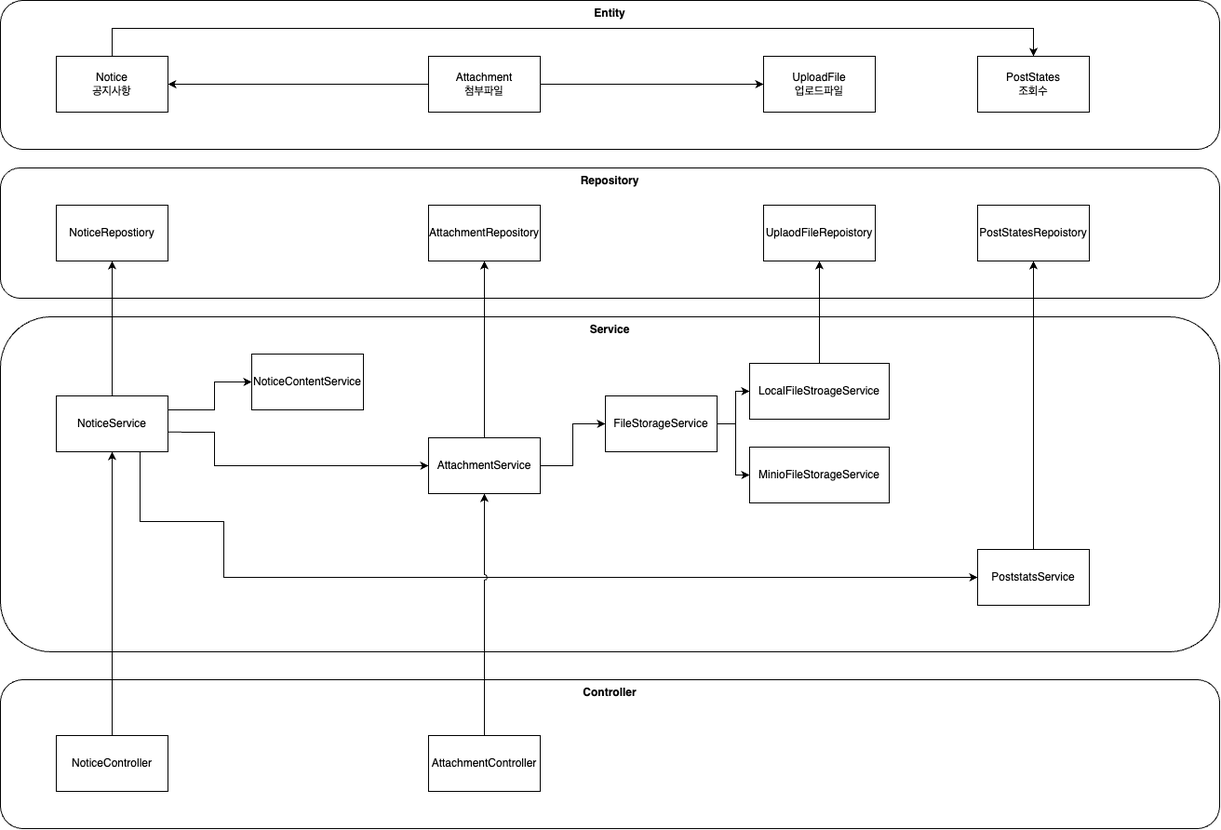
Before: docs/dependency.png, a diagram exported from draw.io (chaeyun17/notiboard). Source tidied: cells renumbered, new cells last; positions are measured from the earlier drawing's top-left corner, leaving out a move shared by most shapes. Source of this version:
```xml
<mxGraphModel>
  <root>
    <mxCell id="0" />
    <mxCell id="1" parent="0" />
    <mxCell id="2" value="Service" style="rounded=1;whiteSpace=wrap;html=1;fillColor=none;verticalAlign=top;fontStyle=1;" parent="1" vertex="1">
      <mxGeometry y="340" width="1310" height="360" as="geometry" />
    </mxCell>
    <mxCell id="3" value="Repository" style="rounded=1;whiteSpace=wrap;html=1;fillColor=none;verticalAlign=top;fontStyle=1;" parent="1" vertex="1">
      <mxGeometry y="180" width="1310" height="140" as="geometry" />
    </mxCell>
    <mxCell id="4" value="Entity" style="rounded=1;whiteSpace=wrap;html=1;fillColor=none;verticalAlign=top;fontStyle=1;" parent="1" vertex="1">
      <mxGeometry width="1310" height="160" as="geometry" />
    </mxCell>
    <mxCell id="5" value="Notice &lt;br&gt;공지사항" style="rounded=0;whiteSpace=wrap;html=1;" parent="1" vertex="1">
      <mxGeometry x="60" y="60" width="120" height="60" as="geometry" />
    </mxCell>
    <mxCell id="6" value="Attachment&lt;br&gt;첨부파일" style="rounded=0;whiteSpace=wrap;html=1;" parent="1" vertex="1">
      <mxGeometry x="460" y="60" width="120" height="60" as="geometry" />
    </mxCell>
    <mxCell id="7" value="UploadFile&lt;br&gt;업로드파일" style="rounded=0;whiteSpace=wrap;html=1;" parent="1" vertex="1">
      <mxGeometry x="820" y="60" width="120" height="60" as="geometry" />
    </mxCell>
    <mxCell id="8" value="PostStates&lt;br&gt;조회수" style="rounded=0;whiteSpace=wrap;html=1;" parent="1" vertex="1">
      <mxGeometry x="1050" y="60" width="120" height="60" as="geometry" />
    </mxCell>
    <mxCell id="9" value="NoticeContentService" style="rounded=0;whiteSpace=wrap;html=1;" parent="1" vertex="1">
      <mxGeometry x="270" y="380" width="120" height="60" as="geometry" />
    </mxCell>
    <mxCell id="10" style="edgeStyle=orthogonalEdgeStyle;rounded=0;jettySize=auto;html=1;" parent="1" edge="1" source="11" target="13">
      <mxGeometry relative="1" as="geometry" />
    </mxCell>
    <mxCell id="11" value="AttachmentService" style="rounded=0;whiteSpace=wrap;html=1;" parent="1" vertex="1">
      <mxGeometry x="460" y="470" width="120" height="60" as="geometry" />
    </mxCell>
    <mxCell id="12" style="edgeStyle=orthogonalEdgeStyle;rounded=0;jettySize=auto;html=1;entryX=0;entryY=0.5;entryDx=0;entryDy=0;" parent="1" edge="1" source="13" target="14">
      <mxGeometry relative="1" as="geometry" />
    </mxCell>
    <mxCell id="13" value="FileStorageService" style="rounded=0;whiteSpace=wrap;html=1;" parent="1" vertex="1">
      <mxGeometry x="650" y="425" width="120" height="60" as="geometry" />
    </mxCell>
    <mxCell id="14" value="LocalFileStroageService" style="rounded=0;whiteSpace=wrap;html=1;" parent="1" vertex="1">
      <mxGeometry x="805" y="390" width="150" height="60" as="geometry" />
    </mxCell>
    <mxCell id="15" value="MinioFileStorageService" style="rounded=0;whiteSpace=wrap;html=1;" parent="1" vertex="1">
      <mxGeometry x="805" y="480" width="150" height="60" as="geometry" />
    </mxCell>
    <mxCell id="16" value="PoststatsService" style="rounded=0;whiteSpace=wrap;html=1;" parent="1" vertex="1">
      <mxGeometry x="1050" y="590" width="120" height="60" as="geometry" />
    </mxCell>
    <mxCell id="17" value="NoticeRepostiory" style="rounded=0;whiteSpace=wrap;html=1;" parent="1" vertex="1">
      <mxGeometry x="60" y="220" width="120" height="60" as="geometry" />
    </mxCell>
    <mxCell id="18" value="AttachmentRepository" style="rounded=0;whiteSpace=wrap;html=1;" parent="1" vertex="1">
      <mxGeometry x="460" y="220" width="120" height="60" as="geometry" />
    </mxCell>
    <mxCell id="19" value="UplaodFileRepoistory" style="rounded=0;whiteSpace=wrap;html=1;" parent="1" vertex="1">
      <mxGeometry x="820" y="220" width="120" height="60" as="geometry" />
    </mxCell>
    <mxCell id="20" value="Controller" style="rounded=1;whiteSpace=wrap;html=1;fillColor=none;verticalAlign=top;fontStyle=1;" parent="1" vertex="1">
      <mxGeometry y="730" width="1310" height="160" as="geometry" />
    </mxCell>
    <mxCell id="21" value="NoticeController" style="rounded=0;whiteSpace=wrap;html=1;" parent="1" vertex="1">
      <mxGeometry x="60" y="790" width="120" height="60" as="geometry" />
    </mxCell>
    <mxCell id="22" value="AttachmentController" style="rounded=0;whiteSpace=wrap;html=1;" parent="1" vertex="1">
      <mxGeometry x="460" y="790" width="120" height="60" as="geometry" />
    </mxCell>
    <mxCell id="23" style="endArrow=classic;html=1;rounded=0;exitX=0.5;exitY=0;exitDx=0;exitDy=0;entryX=0.5;entryY=1;entryDx=0;entryDy=0;" parent="1" edge="1" source="25" target="17">
      <mxGeometry relative="1" as="geometry" />
    </mxCell>
    <mxCell id="24" style="endArrow=classic;html=1;rounded=0;exitX=0.992;exitY=0.647;exitDx=0;exitDy=0;entryX=0;entryY=0.5;entryDx=0;entryDy=0;exitPerimeter=0;" parent="1" edge="1" source="25" target="11">
      <mxGeometry relative="1" as="geometry">
        <Array as="points">
          <mxPoint x="230" y="464" />
          <mxPoint x="230" y="500" />
        </Array>
      </mxGeometry>
    </mxCell>
    <mxCell id="25" value="NoticeService" style="rounded=0;whiteSpace=wrap;html=1;" parent="1" vertex="1">
      <mxGeometry x="60" y="425" width="120" height="60" as="geometry" />
    </mxCell>
    <mxCell id="26" style="endArrow=classic;html=1;rounded=0;entryX=0;entryY=0.5;entryDx=0;entryDy=0;exitX=1;exitY=0.25;exitDx=0;exitDy=0;" parent="1" edge="1" source="25" target="9">
      <mxGeometry relative="1" as="geometry">
        <Array as="points">
          <mxPoint x="230" y="440" />
          <mxPoint x="230" y="410" />
        </Array>
      </mxGeometry>
    </mxCell>
    <mxCell id="27" style="endArrow=classic;html=1;rounded=0;exitX=0.5;exitY=0;exitDx=0;exitDy=0;entryX=0.5;entryY=1;entryDx=0;entryDy=0;" parent="1" edge="1" source="21" target="25">
      <mxGeometry relative="1" as="geometry" />
    </mxCell>
    <mxCell id="28" style="endArrow=classic;html=1;rounded=0;exitX=0.75;exitY=1;exitDx=0;exitDy=0;entryX=0;entryY=0.5;entryDx=0;entryDy=0;" parent="1" edge="1" source="25" target="16">
      <mxGeometry relative="1" as="geometry">
        <Array as="points">
          <mxPoint x="150" y="560" />
          <mxPoint x="240" y="560" />
          <mxPoint x="240" y="620" />
        </Array>
      </mxGeometry>
    </mxCell>
    <mxCell id="29" style="endArrow=classic;html=1;rounded=0;exitX=0.5;exitY=0;exitDx=0;exitDy=0;entryX=0.5;entryY=1;entryDx=0;entryDy=0;jumpStyle=arc;" parent="1" edge="1" source="22" target="11">
      <mxGeometry relative="1" as="geometry" />
    </mxCell>
    <mxCell id="30" style="edgeStyle=orthogonalEdgeStyle;rounded=0;jettySize=auto;html=1;entryX=0;entryY=0.5;entryDx=0;entryDy=0;exitX=1;exitY=0.5;exitDx=0;exitDy=0;" parent="1" edge="1" source="13" target="15">
      <mxGeometry relative="1" as="geometry">
        <Array as="points">
          <mxPoint x="790" y="455" />
          <mxPoint x="790" y="510" />
        </Array>
      </mxGeometry>
    </mxCell>
    <mxCell id="31" style="endArrow=classic;html=1;rounded=0;exitX=0.5;exitY=0;exitDx=0;exitDy=0;entryX=0.5;entryY=1;entryDx=0;entryDy=0;" parent="1" edge="1" source="11" target="18">
      <mxGeometry relative="1" as="geometry" />
    </mxCell>
    <mxCell id="32" style="endArrow=classic;html=1;rounded=0;exitX=0.5;exitY=0;exitDx=0;exitDy=0;entryX=0.5;entryY=1;entryDx=0;entryDy=0;" parent="1" edge="1" source="14" target="19">
      <mxGeometry relative="1" as="geometry" />
    </mxCell>
    <mxCell id="33" value="PostStatesRepoistory" style="rounded=0;whiteSpace=wrap;html=1;" parent="1" vertex="1">
      <mxGeometry x="1050" y="220" width="120" height="60" as="geometry" />
    </mxCell>
    <mxCell id="34" style="endArrow=classic;html=1;rounded=0;exitX=0.5;exitY=0;exitDx=0;exitDy=0;entryX=0.5;entryY=1;entryDx=0;entryDy=0;" parent="1" edge="1" source="16" target="33">
      <mxGeometry relative="1" as="geometry" />
    </mxCell>
    <mxCell id="35" style="endArrow=classic;html=1;rounded=0;exitX=0;exitY=0.5;exitDx=0;exitDy=0;entryX=1;entryY=0.5;entryDx=0;entryDy=0;" parent="1" edge="1" source="6" target="5">
      <mxGeometry relative="1" as="geometry" />
    </mxCell>
    <mxCell id="36" style="endArrow=classic;html=1;rounded=0;exitX=1;exitY=0.5;exitDx=0;exitDy=0;entryX=0;entryY=0.5;entryDx=0;entryDy=0;" parent="1" edge="1" source="6" target="7">
      <mxGeometry relative="1" as="geometry" />
    </mxCell>
    <mxCell id="37" style="endArrow=classic;html=1;rounded=0;exitX=0.5;exitY=0;exitDx=0;exitDy=0;entryX=0.5;entryY=0;entryDx=0;entryDy=0;" parent="1" edge="1" source="5" target="8">
      <mxGeometry relative="1" as="geometry">
        <Array as="points">
          <mxPoint x="120" y="30" />
          <mxPoint x="1110" y="30" />
        </Array>
      </mxGeometry>
    </mxCell>
  </root>
</mxGraphModel>
```
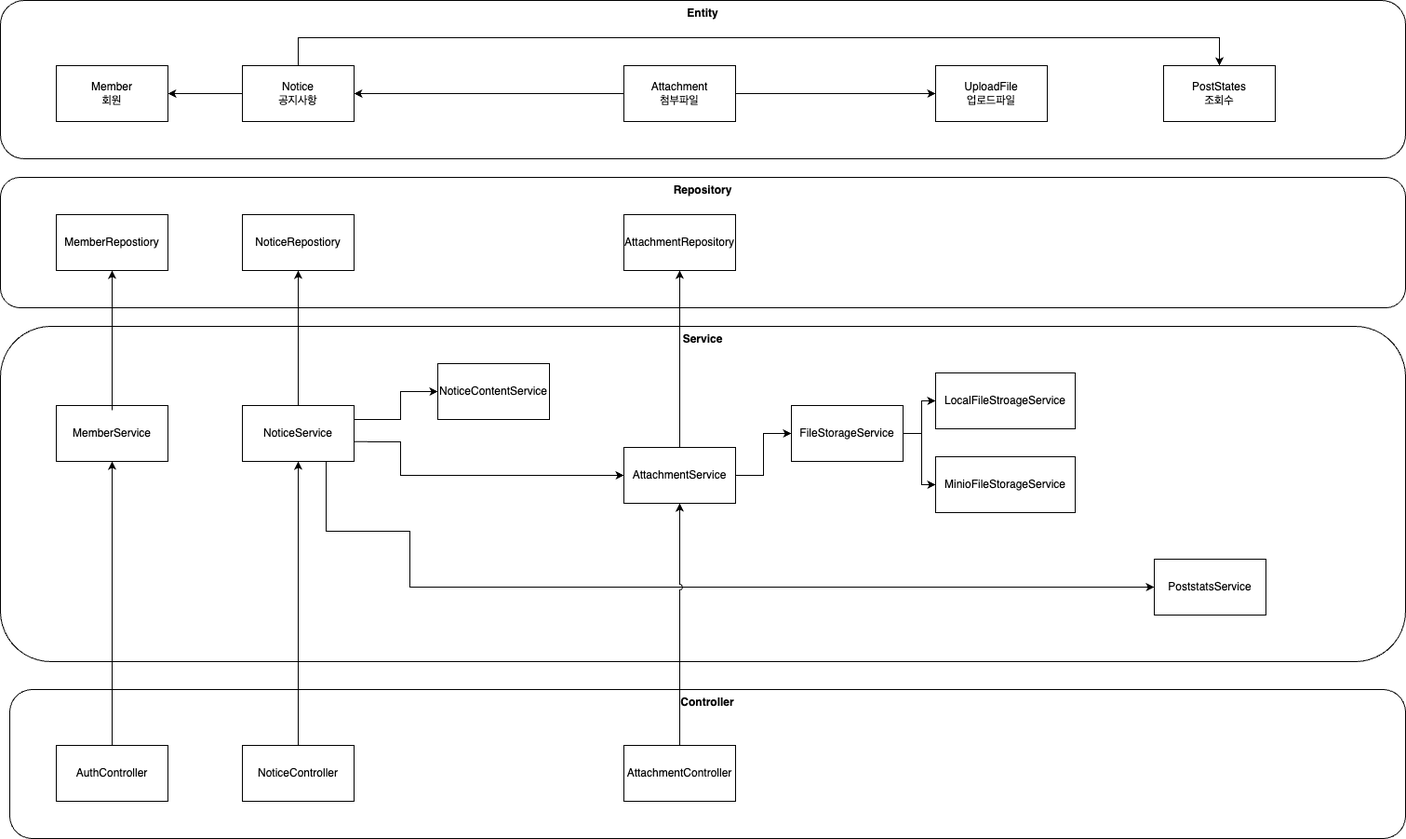
After the change.

The edit, as a diff of the source:
```diff
@@ -3,22 +3,22 @@
     <mxCell id="0" />
     <mxCell id="1" parent="0" />
     <mxCell id="2" value="Service" style="rounded=1;whiteSpace=wrap;html=1;fillColor=none;verticalAlign=top;fontStyle=1;" parent="1" vertex="1">
-      <mxGeometry y="340" width="1310" height="360" as="geometry" />
+      <mxGeometry x="-200" y="340" width="1510" height="360" as="geometry" />
     </mxCell>
     <mxCell id="3" value="Repository" style="rounded=1;whiteSpace=wrap;html=1;fillColor=none;verticalAlign=top;fontStyle=1;" parent="1" vertex="1">
-      <mxGeometry y="180" width="1310" height="140" as="geometry" />
+      <mxGeometry x="-200" y="180" width="1510" height="140" as="geometry" />
     </mxCell>
     <mxCell id="4" value="Entity" style="rounded=1;whiteSpace=wrap;html=1;fillColor=none;verticalAlign=top;fontStyle=1;" parent="1" vertex="1">
-      <mxGeometry width="1310" height="160" as="geometry" />
+      <mxGeometry x="-200" y="-10" width="1510" height="170" as="geometry" />
     </mxCell>
     <mxCell id="5" value="Notice &lt;br&gt;공지사항" style="rounded=0;whiteSpace=wrap;html=1;" parent="1" vertex="1">
       <mxGeometry x="60" y="60" width="120" height="60" as="geometry" />
     </mxCell>
     <mxCell id="6" value="Attachment&lt;br&gt;첨부파일" style="rounded=0;whiteSpace=wrap;html=1;" parent="1" vertex="1">
-      <mxGeometry x="460" y="60" width="120" height="60" as="geometry" />
+      <mxGeometry x="470" y="60" width="120" height="60" as="geometry" />
     </mxCell>
     <mxCell id="7" value="UploadFile&lt;br&gt;업로드파일" style="rounded=0;whiteSpace=wrap;html=1;" parent="1" vertex="1">
-      <mxGeometry x="820" y="60" width="120" height="60" as="geometry" />
+      <mxGeometry x="805" y="60" width="120" height="60" as="geometry" />
     </mxCell>
     <mxCell id="8" value="PostStates&lt;br&gt;조회수" style="rounded=0;whiteSpace=wrap;html=1;" parent="1" vertex="1">
       <mxGeometry x="1050" y="60" width="120" height="60" as="geometry" />
@@ -30,7 +30,7 @@
       <mxGeometry relative="1" as="geometry" />
     </mxCell>
     <mxCell id="11" value="AttachmentService" style="rounded=0;whiteSpace=wrap;html=1;" parent="1" vertex="1">
-      <mxGeometry x="460" y="470" width="120" height="60" as="geometry" />
+      <mxGeometry x="470" y="470" width="120" height="60" as="geometry" />
     </mxCell>
     <mxCell id="12" style="edgeStyle=orthogonalEdgeStyle;rounded=0;jettySize=auto;html=1;entryX=0;entryY=0.5;entryDx=0;entryDy=0;" parent="1" edge="1" source="13" target="14">
       <mxGeometry relative="1" as="geometry" />
@@ -45,25 +45,22 @@
       <mxGeometry x="805" y="480" width="150" height="60" as="geometry" />
     </mxCell>
     <mxCell id="16" value="PoststatsService" style="rounded=0;whiteSpace=wrap;html=1;" parent="1" vertex="1">
-      <mxGeometry x="1050" y="590" width="120" height="60" as="geometry" />
+      <mxGeometry x="1040" y="590" width="120" height="60" as="geometry" />
     </mxCell>
     <mxCell id="17" value="NoticeRepostiory" style="rounded=0;whiteSpace=wrap;html=1;" parent="1" vertex="1">
       <mxGeometry x="60" y="220" width="120" height="60" as="geometry" />
     </mxCell>
     <mxCell id="18" value="AttachmentRepository" style="rounded=0;whiteSpace=wrap;html=1;" parent="1" vertex="1">
-      <mxGeometry x="460" y="220" width="120" height="60" as="geometry" />
+      <mxGeometry x="470" y="220" width="120" height="60" as="geometry" />
     </mxCell>
-    <mxCell id="19" value="UplaodFileRepoistory" style="rounded=0;whiteSpace=wrap;html=1;" parent="1" vertex="1">
-      <mxGeometry x="820" y="220" width="120" height="60" as="geometry" />
-    </mxCell>
     <mxCell id="20" value="Controller" style="rounded=1;whiteSpace=wrap;html=1;fillColor=none;verticalAlign=top;fontStyle=1;" parent="1" vertex="1">
-      <mxGeometry y="730" width="1310" height="160" as="geometry" />
+      <mxGeometry x="-190" y="730" width="1500" height="160" as="geometry" />
     </mxCell>
     <mxCell id="21" value="NoticeController" style="rounded=0;whiteSpace=wrap;html=1;" parent="1" vertex="1">
       <mxGeometry x="60" y="790" width="120" height="60" as="geometry" />
     </mxCell>
     <mxCell id="22" value="AttachmentController" style="rounded=0;whiteSpace=wrap;html=1;" parent="1" vertex="1">
-      <mxGeometry x="460" y="790" width="120" height="60" as="geometry" />
+      <mxGeometry x="470" y="790" width="120" height="60" as="geometry" />
     </mxCell>
     <mxCell id="23" style="endArrow=classic;html=1;rounded=0;exitX=0.5;exitY=0;exitDx=0;exitDy=0;entryX=0.5;entryY=1;entryDx=0;entryDy=0;" parent="1" edge="1" source="25" target="17">
       <mxGeometry relative="1" as="geometry" />
@@ -113,22 +110,36 @@
     <mxCell id="31" style="endArrow=classic;html=1;rounded=0;exitX=0.5;exitY=0;exitDx=0;exitDy=0;entryX=0.5;entryY=1;entryDx=0;entryDy=0;" parent="1" edge="1" source="11" target="18">
       <mxGeometry relative="1" as="geometry" />
     </mxCell>
-    <mxCell id="32" style="endArrow=classic;html=1;rounded=0;exitX=0.5;exitY=0;exitDx=0;exitDy=0;entryX=0.5;entryY=1;entryDx=0;entryDy=0;" parent="1" edge="1" source="14" target="19">
-      <mxGeometry relative="1" as="geometry" />
-    </mxCell>
-    <mxCell id="33" value="PostStatesRepoistory" style="rounded=0;whiteSpace=wrap;html=1;" parent="1" vertex="1">
-      <mxGeometry x="1050" y="220" width="120" height="60" as="geometry" />
-    </mxCell>
-    <mxCell id="34" style="endArrow=classic;html=1;rounded=0;exitX=0.5;exitY=0;exitDx=0;exitDy=0;entryX=0.5;entryY=1;entryDx=0;entryDy=0;" parent="1" edge="1" source="16" target="33">
-      <mxGeometry relative="1" as="geometry" />
-    </mxCell>
+    <mxCell id="38" value="Member&lt;br&gt;회원" style="rounded=0;whiteSpace=wrap;html=1;" parent="1" vertex="1">
+      <mxGeometry x="-140" y="60" width="120" height="60" as="geometry" />
+    </mxCell>
+    <mxCell id="39" value="MemberRepostiory" style="rounded=0;whiteSpace=wrap;html=1;" parent="1" vertex="1">
+      <mxGeometry x="-140" y="220" width="120" height="60" as="geometry" />
+    </mxCell>
+    <mxCell id="40" value="MemberService" style="rounded=0;whiteSpace=wrap;html=1;" parent="1" vertex="1">
+      <mxGeometry x="-140" y="425" width="120" height="60" as="geometry" />
+    </mxCell>
+    <mxCell id="41" value="AuthController" style="rounded=0;whiteSpace=wrap;html=1;" parent="1" vertex="1">
+      <mxGeometry x="-140" y="790" width="120" height="60" as="geometry" />
+    </mxCell>
+    <mxCell id="42" style="endArrow=classic;html=1;rounded=0;exitX=0.5;exitY=0;exitDx=0;exitDy=0;entryX=0.5;entryY=1;entryDx=0;entryDy=0;" parent="1" edge="1" source="41" target="40">
+      <mxGeometry relative="1" as="geometry" />
+    </mxCell>
+    <mxCell id="43" style="endArrow=classic;html=1;rounded=0;entryX=0.5;entryY=1;entryDx=0;entryDy=0;" parent="1" edge="1" target="39">
+      <mxGeometry relative="1" as="geometry">
+        <mxPoint x="-80" y="430" as="sourcePoint" />
+      </mxGeometry>
+    </mxCell>
+    <mxCell id="44" style="endArrow=classic;html=1;rounded=0;exitX=0;exitY=0.5;exitDx=0;exitDy=0;entryX=1;entryY=0.5;entryDx=0;entryDy=0;" parent="1" edge="1" source="5" target="38">
+      <mxGeometry relative="1" as="geometry" />
+    </mxCell>
     <mxCell id="35" style="endArrow=classic;html=1;rounded=0;exitX=0;exitY=0.5;exitDx=0;exitDy=0;entryX=1;entryY=0.5;entryDx=0;entryDy=0;" parent="1" edge="1" source="6" target="5">
       <mxGeometry relative="1" as="geometry" />
     </mxCell>
-    <mxCell id="36" style="endArrow=classic;html=1;rounded=0;exitX=1;exitY=0.5;exitDx=0;exitDy=0;entryX=0;entryY=0.5;entryDx=0;entryDy=0;" parent="1" edge="1" source="6" target="7">
+    <mxCell id="36" style="endArrow=classic;html=1;rounded=0;entryX=0;entryY=0.5;entryDx=0;entryDy=0;exitX=1;exitY=0.5;exitDx=0;exitDy=0;" parent="1" edge="1" source="6" target="7">
       <mxGeometry relative="1" as="geometry" />
     </mxCell>
-    <mxCell id="37" style="endArrow=classic;html=1;rounded=0;exitX=0.5;exitY=0;exitDx=0;exitDy=0;entryX=0.5;entryY=0;entryDx=0;entryDy=0;" parent="1" edge="1" source="5" target="8">
+    <mxCell id="37" style="endArrow=classic;html=1;rounded=0;entryX=0.5;entryY=0;entryDx=0;entryDy=0;exitX=0.5;exitY=0;exitDx=0;exitDy=0;" parent="1" edge="1" source="5" target="8">
       <mxGeometry relative="1" as="geometry">
         <Array as="points">
           <mxPoint x="120" y="30" />
```
